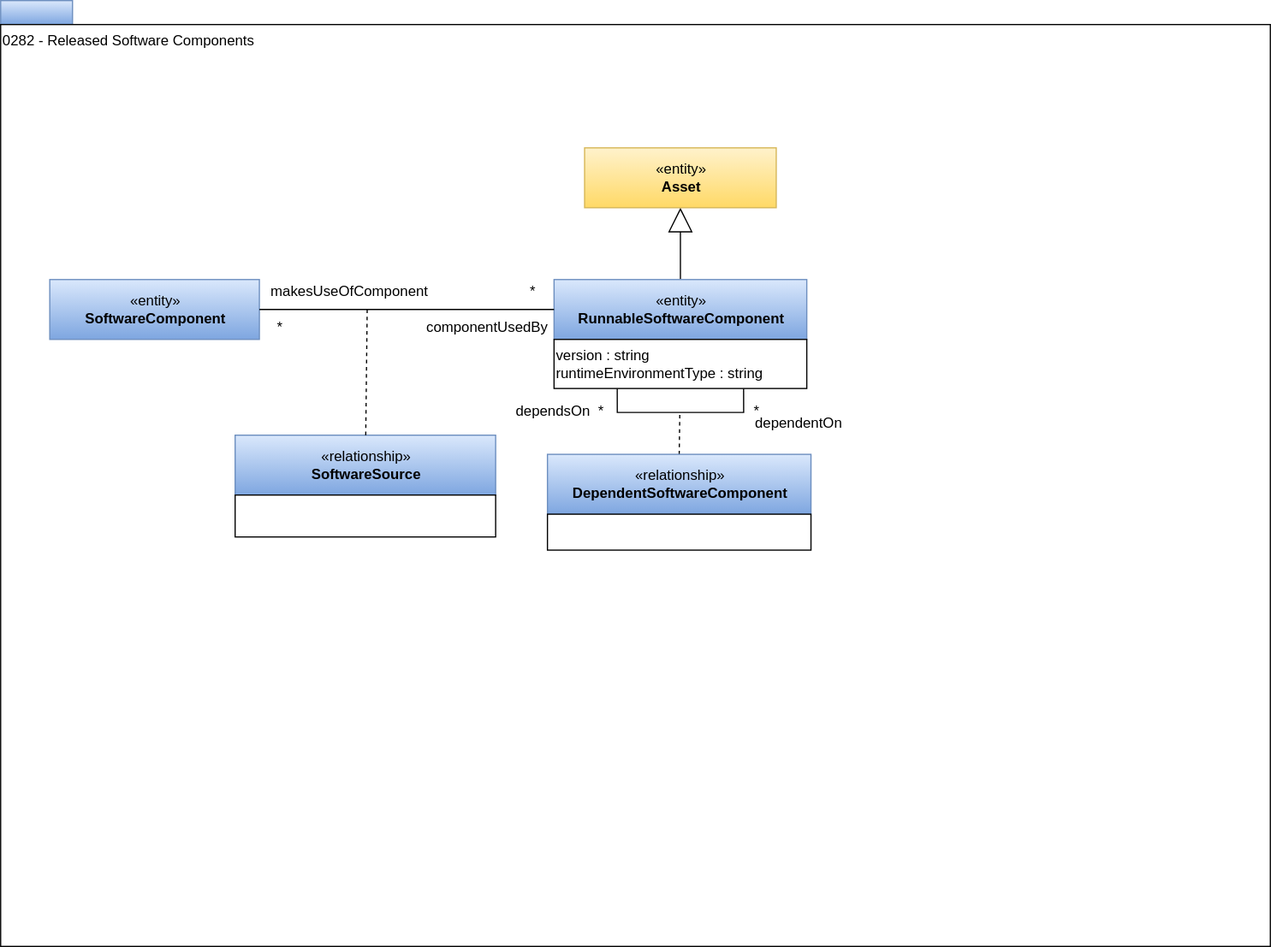
odpi/egeria-docs keeps this draw.io diagram as site/docs/types/2/0282-Released-Software-Components.svg. Above is the earlier version. Source tidied: cells renumbered, new cells last; positions are measured from the earlier drawing's top-left corner, leaving out a move shared by most shapes.
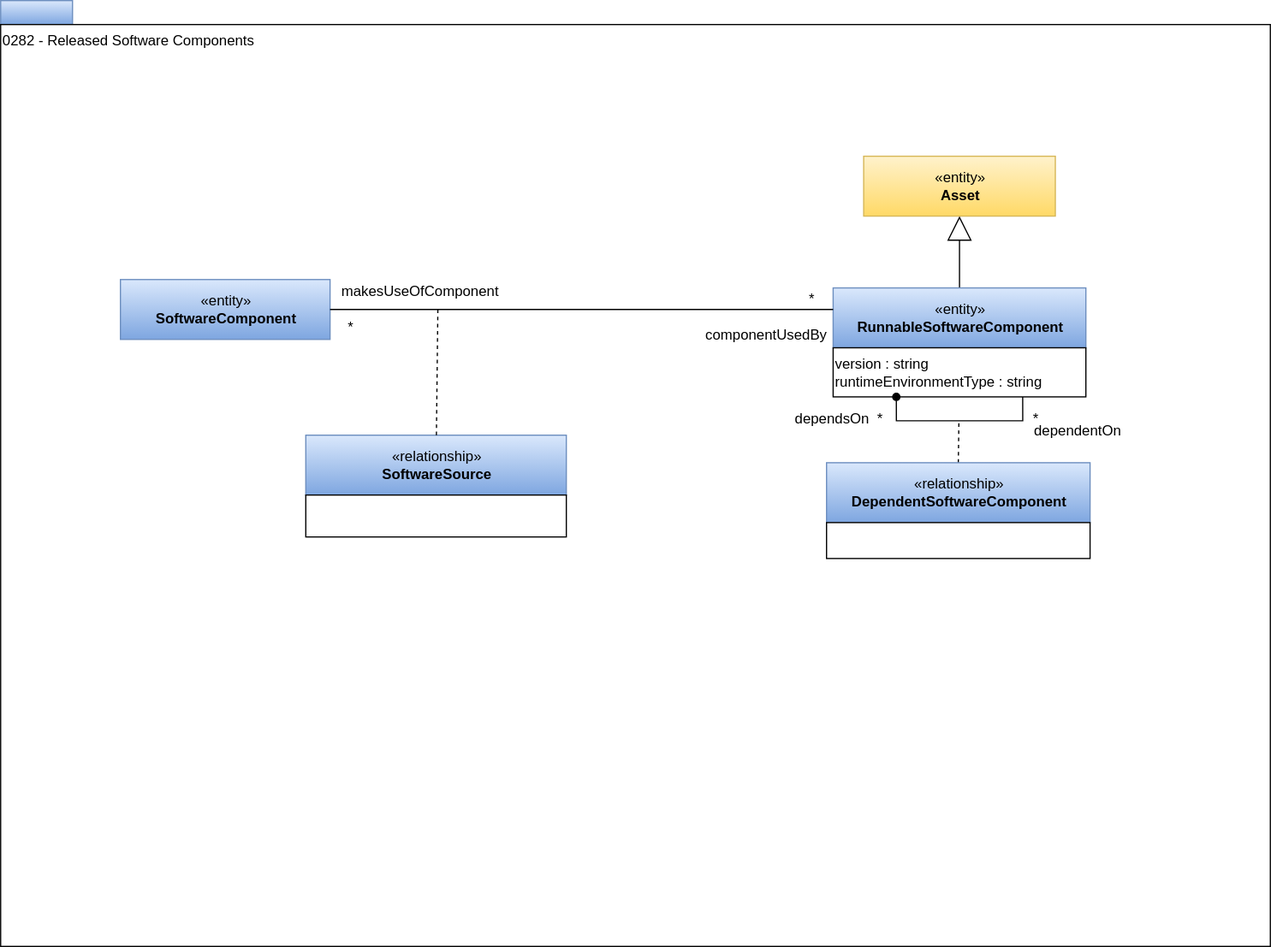
The same diagram one commit later.

What changed in the source:
```diff
@@ -8,77 +8,77 @@
     <mxCell id="3" value="0282 - Released Software Components" style="rounded=0;whiteSpace=wrap;html=1;align=left;verticalAlign=top;" parent="1" vertex="1">
       <mxGeometry y="20" width="1060" height="770" as="geometry" />
     </mxCell>
-    <mxCell id="4" style="edgeStyle=none;rounded=0;jettySize=auto;html=1;entryX=0.5;entryY=1;entryDx=0;entryDy=0;endArrow=block;endFill=0;strokeColor=#000000;strokeWidth=1;endSize=18;" parent="1" edge="1" source="5" target="15">
+    <mxCell id="4" style="edgeStyle=none;rounded=0;jettySize=auto;html=1;entryX=0.5;entryY=1;entryDx=0;entryDy=0;endArrow=block;endFill=0;strokeColor=#000000;strokeWidth=1;endSize=18;" parent="1" edge="1" source="5" target="14">
       <mxGeometry relative="1" as="geometry" />
     </mxCell>
     <mxCell id="5" value="«entity»&lt;br&gt;&lt;b&gt;RunnableSoftwareComponent&lt;/b&gt;" style="html=1;strokeColor=#6c8ebf;align=center;fillColor=#dae8fc;gradientColor=#7ea6e0;" parent="1" vertex="1">
-      <mxGeometry x="462" y="233" width="211" height="50" as="geometry" />
+      <mxGeometry x="695" y="240" width="211" height="50" as="geometry" />
     </mxCell>
-    <mxCell id="6" style="edgeStyle=orthogonalEdgeStyle;rounded=0;orthogonalLoop=1;jettySize=auto;html=1;exitX=0.25;exitY=1;exitDx=0;exitDy=0;startSize=9;endArrow=none;endFill=0;endSize=17;entryX=0.75;entryY=1;entryDx=0;entryDy=0;" parent="1" edge="1" source="10" target="10">
-      <mxGeometry relative="1" as="geometry" />
+    <mxCell id="6" style="rounded=0;jettySize=auto;html=1;exitX=0.5;exitY=0;exitDx=0;exitDy=0;dashed=1;endArrow=none;endFill=0;" parent="1" edge="1" source="7">
+      <mxGeometry relative="1" as="geometry">
+        <mxPoint x="800" y="351" as="targetPoint" />
+      </mxGeometry>
     </mxCell>
-    <mxCell id="7" style="rounded=0;jettySize=auto;html=1;exitX=0.5;exitY=0;exitDx=0;exitDy=0;dashed=1;endArrow=none;endFill=0;" parent="1" edge="1" source="8">
-      <mxGeometry relative="1" as="geometry">
-        <mxPoint x="567" y="344" as="targetPoint" />
-      </mxGeometry>
+    <mxCell id="7" value="«relationship»&lt;br&gt;&lt;b&gt;DependentSoftwareComponent&lt;/b&gt;" style="html=1;strokeColor=#6c8ebf;align=center;fillColor=#dae8fc;gradientColor=#7ea6e0;" parent="1" vertex="1">
+      <mxGeometry x="689.5" y="386" width="220" height="50" as="geometry" />
     </mxCell>
-    <mxCell id="8" value="«relationship»&lt;br&gt;&lt;b&gt;DependentSoftwareComponent&lt;/b&gt;" style="html=1;strokeColor=#6c8ebf;align=center;fillColor=#dae8fc;gradientColor=#7ea6e0;" parent="1" vertex="1">
-      <mxGeometry x="456.5" y="379" width="220" height="50" as="geometry" />
+    <mxCell id="8" style="rounded=0;whiteSpace=wrap;html=1;strokeColor=#000000;gradientColor=#ffffff;align=left;" parent="1" vertex="1">
+      <mxGeometry x="689.5" y="436" width="220" height="30" as="geometry" />
     </mxCell>
-    <mxCell id="9" style="rounded=0;whiteSpace=wrap;html=1;strokeColor=#000000;gradientColor=#ffffff;align=left;" parent="1" vertex="1">
-      <mxGeometry x="456.5" y="429" width="220" height="30" as="geometry" />
+    <mxCell id="9" value="version : string&lt;br&gt;runtimeEnvironmentType : string" style="rounded=0;whiteSpace=wrap;html=1;strokeColor=#000000;gradientColor=#ffffff;align=left;" parent="1" vertex="1">
+      <mxGeometry x="695" y="290" width="211" height="41" as="geometry" />
     </mxCell>
-    <mxCell id="10" value="version : string&lt;br&gt;runtimeEnvironmentType : string" style="rounded=0;whiteSpace=wrap;html=1;strokeColor=#000000;gradientColor=#ffffff;align=left;" parent="1" vertex="1">
-      <mxGeometry x="462" y="283" width="211" height="41" as="geometry" />
+    <mxCell id="10" value="*" style="text;html=1;align=center;verticalAlign=middle;points=[];" parent="1" vertex="1">
+      <mxGeometry x="724" y="340" width="20" height="20" as="geometry" />
     </mxCell>
     <mxCell id="11" value="*" style="text;html=1;align=center;verticalAlign=middle;" parent="1" vertex="1">
-      <mxGeometry x="491" y="333" width="20" height="20" as="geometry" />
+      <mxGeometry x="854" y="340" width="20" height="20" as="geometry" />
     </mxCell>
-    <mxCell id="12" value="*" style="text;html=1;align=center;verticalAlign=middle;" parent="1" vertex="1">
-      <mxGeometry x="621" y="333" width="20" height="20" as="geometry" />
+    <mxCell id="12" value="dependentOn" style="text;html=1;align=center;verticalAlign=middle;" parent="1" vertex="1">
+      <mxGeometry x="854" y="350" width="90" height="20" as="geometry" />
     </mxCell>
-    <mxCell id="13" value="dependentOn" style="text;html=1;align=center;verticalAlign=middle;" parent="1" vertex="1">
-      <mxGeometry x="621" y="343" width="90" height="20" as="geometry" />
+    <mxCell id="13" value="dependsOn" style="text;html=1;align=center;verticalAlign=middle;" parent="1" vertex="1">
+      <mxGeometry x="654" y="340" width="80" height="20" as="geometry" />
     </mxCell>
-    <mxCell id="14" value="dependsOn" style="text;html=1;align=center;verticalAlign=middle;points=[];" parent="1" vertex="1">
-      <mxGeometry x="421" y="333" width="80" height="20" as="geometry" />
+    <mxCell id="14" value="«entity»&lt;br&gt;&lt;b&gt;Asset&lt;/b&gt;" style="html=1;strokeColor=#d6b656;align=center;fillColor=#fff2cc;gradientColor=#ffd966;" parent="1" vertex="1">
+      <mxGeometry x="720.5" y="130" width="160" height="50" as="geometry" />
     </mxCell>
-    <mxCell id="15" value="«entity»&lt;br&gt;&lt;b&gt;Asset&lt;/b&gt;" style="html=1;strokeColor=#d6b656;align=center;fillColor=#fff2cc;gradientColor=#ffd966;" parent="1" vertex="1">
-      <mxGeometry x="487.5" y="123" width="160" height="50" as="geometry" />
+    <mxCell id="15" value="«entity»&lt;br&gt;&lt;b&gt;SoftwareComponent&lt;/b&gt;" style="html=1;strokeColor=#6c8ebf;align=center;fillColor=#dae8fc;gradientColor=#7ea6e0;" parent="1" vertex="1">
+      <mxGeometry x="100" y="233" width="175" height="50" as="geometry" />
     </mxCell>
-    <mxCell id="16" value="«entity»&lt;br&gt;&lt;b&gt;SoftwareComponent&lt;/b&gt;" style="html=1;strokeColor=#6c8ebf;align=center;fillColor=#dae8fc;gradientColor=#7ea6e0;" parent="1" vertex="1">
-      <mxGeometry x="41" y="233" width="175" height="50" as="geometry" />
+    <mxCell id="16" style="edgeStyle=orthogonalEdgeStyle;rounded=0;jettySize=auto;html=1;endArrow=none;endFill=0;endSize=16;exitX=1;exitY=0.5;exitDx=0;exitDy=0;" parent="1" edge="1" source="15" target="5">
+      <mxGeometry relative="1" as="geometry">
+        <Array as="points">
+          <mxPoint x="357" y="258" />
+          <mxPoint x="357" y="258" />
+        </Array>
+      </mxGeometry>
     </mxCell>
-    <mxCell id="17" style="edgeStyle=orthogonalEdgeStyle;rounded=0;jettySize=auto;html=1;endArrow=none;endFill=0;endSize=16;exitX=1;exitY=0.5;exitDx=0;exitDy=0;" parent="1" edge="1" source="16" target="5">
-      <mxGeometry relative="1" as="geometry">
-        <Array as="points">
-          <mxPoint x="298" y="258" />
-          <mxPoint x="298" y="258" />
-        </Array>
-      </mxGeometry>
+    <mxCell id="17" value="«relationship»&lt;br&gt;&lt;b&gt;SoftwareSource&lt;/b&gt;" style="html=1;strokeColor=#6c8ebf;align=center;fillColor=#dae8fc;gradientColor=#7ea6e0;" parent="1" vertex="1">
+      <mxGeometry x="254.8" y="363" width="217.5" height="50" as="geometry" />
     </mxCell>
-    <mxCell id="18" value="«relationship»&lt;br&gt;&lt;b&gt;SoftwareSource&lt;/b&gt;" style="html=1;strokeColor=#6c8ebf;align=center;fillColor=#dae8fc;gradientColor=#7ea6e0;" parent="1" vertex="1">
-      <mxGeometry x="195.8" y="363" width="217.5" height="50" as="geometry" />
+    <mxCell id="18" style="rounded=0;whiteSpace=wrap;html=1;strokeColor=#000000;gradientColor=#ffffff;align=left;" parent="1" vertex="1">
+      <mxGeometry x="254.8" y="413" width="217.5" height="35" as="geometry" />
     </mxCell>
-    <mxCell id="19" style="rounded=0;whiteSpace=wrap;html=1;strokeColor=#000000;gradientColor=#ffffff;align=left;" parent="1" vertex="1">
-      <mxGeometry x="195.8" y="413" width="217.5" height="35" as="geometry" />
+    <mxCell id="19" style="endArrow=none;dashed=1;html=1;" parent="1" edge="1" source="17">
+      <mxGeometry relative="1" as="geometry">
+        <mxPoint x="365" y="258" as="targetPoint" />
+      </mxGeometry>
     </mxCell>
-    <mxCell id="20" style="endArrow=none;dashed=1;html=1;" parent="1" edge="1" source="18">
-      <mxGeometry relative="1" as="geometry">
-        <mxPoint x="306" y="258" as="targetPoint" />
-      </mxGeometry>
+    <mxCell id="20" value="*" style="text;html=1;align=center;verticalAlign=top;spacingTop=-4;" parent="1" vertex="1">
+      <mxGeometry x="667" y="240" width="20" height="20" as="geometry" />
     </mxCell>
     <mxCell id="21" value="*" style="text;html=1;align=center;verticalAlign=top;spacingTop=-4;" parent="1" vertex="1">
-      <mxGeometry x="434" y="233" width="20" height="20" as="geometry" />
+      <mxGeometry x="282" y="263" width="20" height="20" as="geometry" />
     </mxCell>
-    <mxCell id="22" value="*" style="text;html=1;align=center;verticalAlign=top;spacingTop=-4;" parent="1" vertex="1">
-      <mxGeometry x="223" y="263" width="20" height="20" as="geometry" />
+    <mxCell id="22" value="componentUsedBy" style="text;html=1;align=center;verticalAlign=middle;" parent="1" vertex="1">
+      <mxGeometry x="579" y="270" width="120" height="20" as="geometry" />
     </mxCell>
-    <mxCell id="23" value="componentUsedBy" style="text;html=1;align=center;verticalAlign=middle;" parent="1" vertex="1">
-      <mxGeometry x="346" y="263" width="120" height="20" as="geometry" />
+    <mxCell id="23" value="makesUseOfComponent" style="text;html=1;align=center;verticalAlign=middle;" parent="1" vertex="1">
+      <mxGeometry x="275" y="233" width="150" height="20" as="geometry" />
     </mxCell>
-    <mxCell id="24" value="makesUseOfComponent" style="text;html=1;align=center;verticalAlign=middle;" parent="1" vertex="1">
-      <mxGeometry x="216" y="233" width="150" height="20" as="geometry" />
+    <mxCell id="24" style="edgeStyle=orthogonalEdgeStyle;rounded=0;orthogonalLoop=1;jettySize=auto;html=1;exitX=0.25;exitY=1;exitDx=0;exitDy=0;startSize=6;endArrow=none;endFill=0;endSize=6;entryX=0.75;entryY=1;entryDx=0;entryDy=0;startArrow=oval;startFill=1;" parent="1" edge="1" source="9" target="9">
+      <mxGeometry relative="1" as="geometry" />
     </mxCell>
   </root>
 </mxGraphModel>
```
